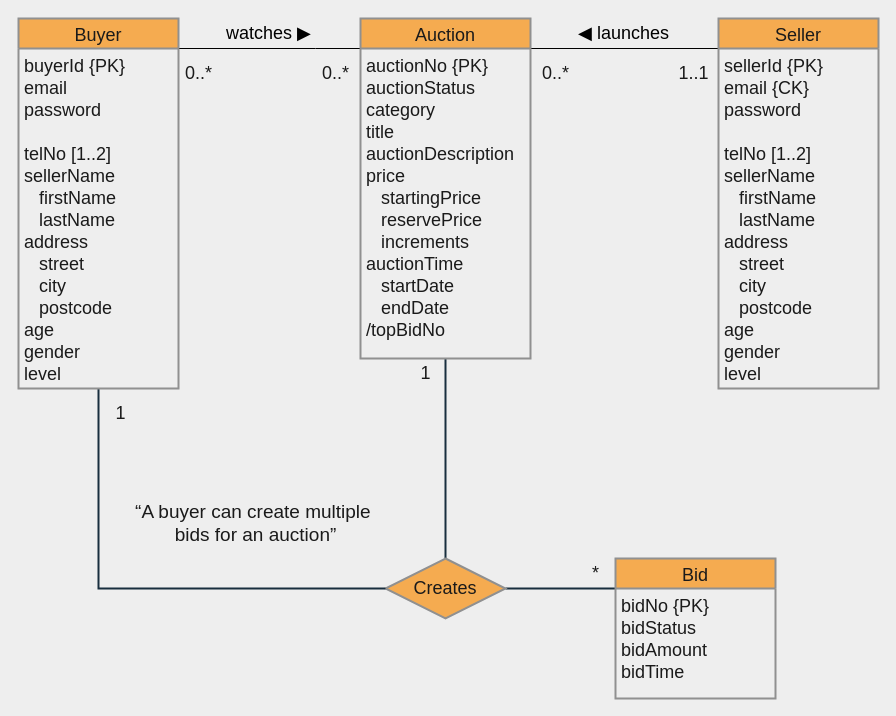
Earlier version of the draw.io diagram ERD_Simplest.drawio (gearhere/auction-house). Source tidied: cells renumbered, new cells numbered last; positions are measured from the earlier drawing's top-left corner, leaving out a move shared by most shapes. Both pictures are drawn from the tidied source at 100%, with x=0, y=0 at pixel (18, 18).
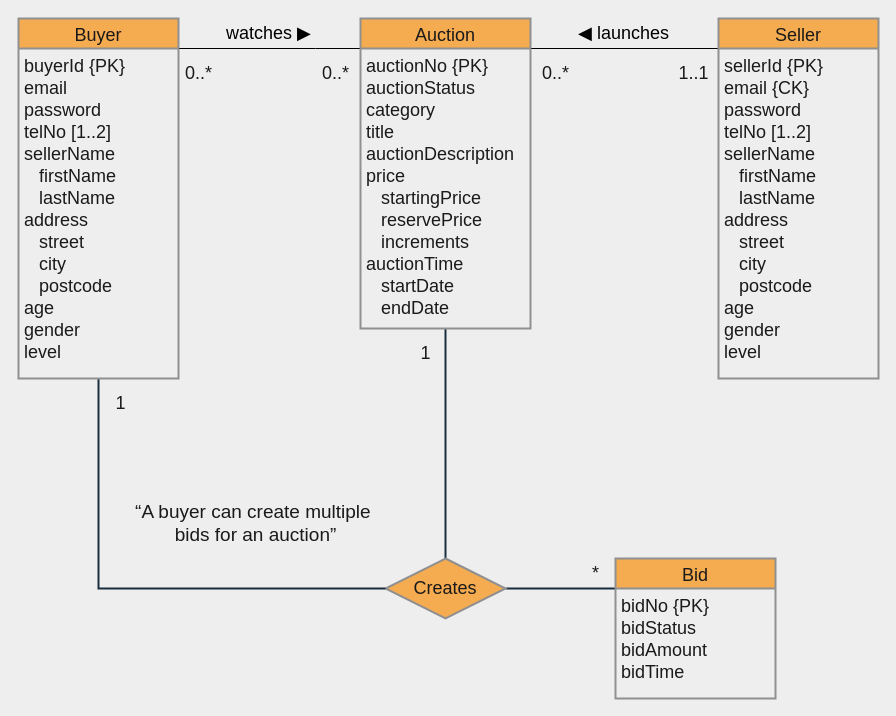
The same page after the edit.

Commit message (it also covers changes not shown here):
Update progress & correct ERD

Change to the diagram source:
```diff
@@
     <mxCell id="8" value="1" style="text;html=1;align=center;verticalAlign=middle;fontSize=18;fontColor=#1A1A1A;" parent="1" vertex="1">
-      <mxGeometry x="87" y="380" width="30" height="30" as="geometry" />
+      <mxGeometry x="87" y="370" width="30" height="30" as="geometry" />
     </mxCell>
     <mxCell id="9" value="1" style="text;html=1;align=center;verticalAlign=middle;fontSize=18;fontColor=#1A1A1A;" parent="1" vertex="1">
-      <mxGeometry x="392" y="340" width="30" height="30" as="geometry" />
+      <mxGeometry x="392" y="320" width="30" height="30" as="geometry" />
     </mxCell>
@@
     <mxCell id="19" value="Auction" style="swimlane;horizontal=1;startSize=30;fontSize=18;fontStyle=0;strokeWidth=2;shadow=0;dashed=0;align=center;fillColor=#F5AB50;strokeColor=#909090;fontColor=#1A1A1A;" parent="1" vertex="1">
-      <mxGeometry x="342" width="170" height="340" as="geometry" />
+      <mxGeometry x="342" width="170" height="310" as="geometry" />
     </mxCell>
-    <mxCell id="20" value="auctionNo {PK}&#10;auctionStatus&#10;category&#10;title&#10;auctionDescription&#10;price&#10;   startingPrice&#10;   reservePrice&#10;   increments&#10;auctionTime&#10;   startDate&#10;   endDate&#10;/topBidNo" style="align=left;strokeColor=none;fillColor=none;spacingLeft=4;fontSize=18;verticalAlign=top;fontStyle=0;fontColor=#1A1A1A;" parent="19" vertex="1">
-      <mxGeometry y="30" width="170" height="310" as="geometry" />
+    <mxCell id="20" value="auctionNo {PK}&#10;auctionStatus&#10;category&#10;title&#10;auctionDescription&#10;price&#10;   startingPrice&#10;   reservePrice&#10;   increments&#10;auctionTime&#10;   startDate&#10;   endDate" style="align=left;strokeColor=none;fillColor=none;spacingLeft=4;fontSize=18;verticalAlign=top;fontStyle=0;fontColor=#1A1A1A;" parent="19" vertex="1">
+      <mxGeometry y="30" width="170" height="280" as="geometry" />
     </mxCell>
     <mxCell id="21" value="Buyer" style="swimlane;horizontal=1;startSize=30;fontSize=18;fontStyle=0;strokeWidth=2;shadow=0;dashed=0;align=center;fillColor=#F5AB50;strokeColor=#909090;fontColor=#1A1A1A;" parent="1" vertex="1">
-      <mxGeometry width="160" height="370" as="geometry" />
+      <mxGeometry width="160" height="360" as="geometry" />
     </mxCell>
-    <mxCell id="22" value="buyerId {PK}&#10;email&#10;password&#10;&#10;telNo [1..2]&#10;sellerName&#10;   firstName&#10;   lastName&#10;address&#10;   street&#10;   city&#10;   postcode&#10;age&#10;gender&#10;level" style="align=left;strokeColor=none;fillColor=none;spacingLeft=4;fontSize=18;verticalAlign=top;fontColor=#1A1A1A;" parent="21" vertex="1">
-      <mxGeometry y="30" width="160" height="340" as="geometry" />
+    <mxCell id="22" value="buyerId {PK}&#10;email&#10;password&#10;telNo [1..2]&#10;sellerName&#10;   firstName&#10;   lastName&#10;address&#10;   street&#10;   city&#10;   postcode&#10;age&#10;gender&#10;level" style="align=left;strokeColor=none;fillColor=none;spacingLeft=4;fontSize=18;verticalAlign=top;fontColor=#1A1A1A;" parent="21" vertex="1">
+      <mxGeometry y="30" width="160" height="330" as="geometry" />
     </mxCell>
     <mxCell id="23" value="Seller" style="swimlane;horizontal=1;startSize=30;fontSize=18;fontStyle=0;strokeWidth=2;shadow=0;dashed=0;align=center;fillColor=#F5AB50;strokeColor=#909090;fontColor=#1A1A1A;" parent="1" vertex="1">
-      <mxGeometry x="700" width="160" height="370" as="geometry" />
+      <mxGeometry x="700" width="160" height="360" as="geometry" />
     </mxCell>
-    <mxCell id="24" value="sellerId {PK}&#10;email {CK}&#10;password&#10;&#10;telNo [1..2]&#10;sellerName&#10;   firstName&#10;   lastName&#10;address&#10;   street&#10;   city&#10;   postcode&#10;age&#10;gender&#10;level" style="align=left;strokeColor=none;fillColor=none;spacingLeft=4;fontSize=18;verticalAlign=top;fontColor=#1A1A1A;" parent="23" vertex="1">
-      <mxGeometry y="30" width="160" height="340" as="geometry" />
+    <mxCell id="24" value="sellerId {PK}&#10;email {CK}&#10;password&#10;telNo [1..2]&#10;sellerName&#10;   firstName&#10;   lastName&#10;address&#10;   street&#10;   city&#10;   postcode&#10;age&#10;gender&#10;level" style="align=left;strokeColor=none;fillColor=none;spacingLeft=4;fontSize=18;verticalAlign=top;fontColor=#1A1A1A;" parent="23" vertex="1">
+      <mxGeometry y="30" width="160" height="330" as="geometry" />
     </mxCell>
```
